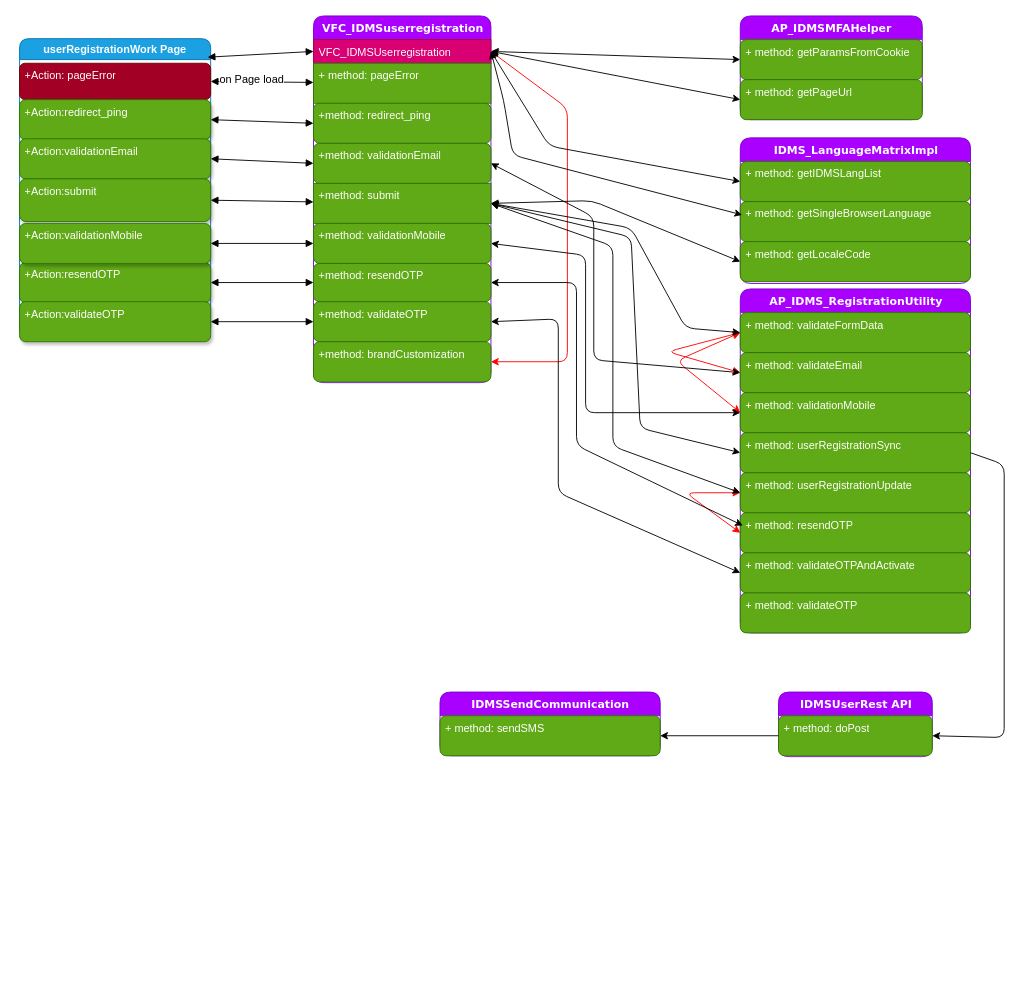
anoopijt/IDMS-Diagrams keeps this draw.io diagram as Registration Diagram B2B - Mobile.drawio. Above is the earlier version. Source tidied: cells renumbered, new cells numbered last; positions are measured from the earlier drawing's top-left corner, leaving out a move shared by most shapes. Both pictures are drawn from the tidied source at 91%, with x=0, y=0 at pixel (19, 15).
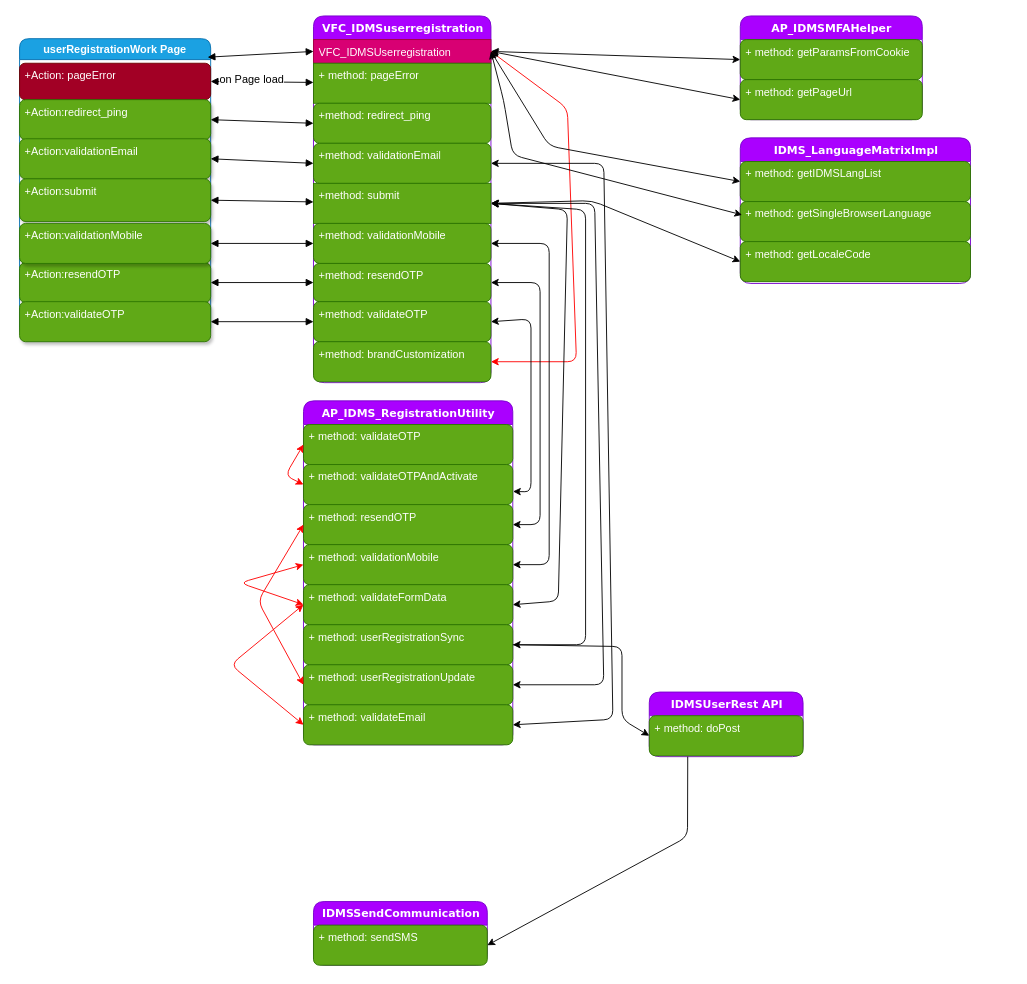
After the change.

Unchanged cells that the change refers to:
```xml
<mxCell id="2" value="VFC_IDMSuserregistration" style="swimlane;html=1;fontStyle=1;align=center;verticalAlign=top;horizontal=1;startSize=26;swimlaneFillColor=#ffffff;rounded=1;shadow=0;comic=0;labelBackgroundColor=none;strokeColor=#7700CC;strokeWidth=1;fillColor=#aa00ff;fontFamily=Verdana;fontSize=12;fontColor=#ffffff;" parent="1" vertex="1">
  <mxGeometry x="323" width="195" height="403" as="geometry" />
</mxCell>
<mxCell id="3" value="VFC_IDMSUserregistration" style="text;html=1;strokeColor=#A50040;fillColor=#d80073;align=left;verticalAlign=top;spacingLeft=4;spacingRight=4;whiteSpace=wrap;overflow=hidden;points=[[0,0.5],[1,0.5]];portConstraint=eastwest;fontColor=#ffffff;" parent="2" vertex="1">
  <mxGeometry y="26" width="195" height="26" as="geometry" />
</mxCell>
<mxCell id="6" value="+method: validationEmail" style="text;html=1;strokeColor=#2D7600;fillColor=#60a917;align=left;verticalAlign=top;spacingLeft=4;spacingRight=4;whiteSpace=wrap;overflow=hidden;points=[[0,0.5],[1,0.5]];portConstraint=eastwest;rounded=1;fontColor=#ffffff;" parent="2" vertex="1">
  <mxGeometry y="140" width="195" height="44" as="geometry" />
</mxCell>
<mxCell id="7" value="+method: submit" style="text;html=1;strokeColor=#2D7600;fillColor=#60a917;align=left;verticalAlign=top;spacingLeft=4;spacingRight=4;whiteSpace=wrap;overflow=hidden;points=[[0,0.5],[1,0.5]];portConstraint=eastwest;fontColor=#ffffff;" parent="2" vertex="1">
  <mxGeometry y="184" width="195" height="44" as="geometry" />
</mxCell>
<mxCell id="8" value="+method: validationMobile" style="text;html=1;strokeColor=#2D7600;fillColor=#60a917;align=left;verticalAlign=top;spacingLeft=4;spacingRight=4;whiteSpace=wrap;overflow=hidden;points=[[0,0.5],[1,0.5]];portConstraint=eastwest;rounded=1;fontColor=#ffffff;" parent="2" vertex="1">
  <mxGeometry y="228" width="195" height="44" as="geometry" />
</mxCell>
<mxCell id="9" value="+method: resendOTP" style="text;html=1;strokeColor=#2D7600;fillColor=#60a917;align=left;verticalAlign=top;spacingLeft=4;spacingRight=4;whiteSpace=wrap;overflow=hidden;points=[[0,0.5],[1,0.5]];portConstraint=eastwest;rounded=1;fontColor=#ffffff;" parent="2" vertex="1">
  <mxGeometry y="272" width="195" height="42" as="geometry" />
</mxCell>
<mxCell id="10" value="+method: validateOTP" style="text;html=1;strokeColor=#2D7600;fillColor=#60a917;align=left;verticalAlign=top;spacingLeft=4;spacingRight=4;whiteSpace=wrap;overflow=hidden;points=[[0,0.5],[1,0.5]];portConstraint=eastwest;rounded=1;fontColor=#ffffff;" parent="2" vertex="1">
  <mxGeometry y="314" width="195" height="44" as="geometry" />
</mxCell>
<mxCell id="11" value="+method: brandCustomization" style="text;html=1;strokeColor=#2D7600;fillColor=#60a917;align=left;verticalAlign=top;spacingLeft=4;spacingRight=4;whiteSpace=wrap;overflow=hidden;points=[[0,0.5],[1,0.5]];portConstraint=eastwest;rounded=1;fontColor=#ffffff;" parent="2" vertex="1">
  <mxGeometry y="358" width="195" height="44" as="geometry" />
</mxCell>
<mxCell id="55" value="+ method: doPost" style="text;html=1;strokeColor=#2D7600;fillColor=#60a917;align=left;verticalAlign=top;spacingLeft=4;spacingRight=4;whiteSpace=wrap;overflow=hidden;points=[[0,0.5],[1,0.5]];portConstraint=eastwest;shadow=0;comic=0;fontColor=#ffffff;rounded=1;" parent="54" vertex="1">
  <mxGeometry y="26" width="169" height="44" as="geometry" />
</mxCell>
```

Change to the diagram source:
```diff
@@
     <mxCell id="12" style="endArrow=classic;html=1;strokeColor=#FF0000;entryX=1;entryY=0.5;entryDx=0;entryDy=0;exitX=1;exitY=0.5;exitDx=0;exitDy=0;" parent="2" edge="1" source="3" target="11">
       <mxGeometry relative="1" as="geometry">
         <Array as="points">
           <mxPoint x="279" y="101.5" />
-          <mxPoint x="279" y="380" />
+          <mxPoint x="289" y="380" />
         </Array>
       </mxGeometry>
     </mxCell>
@@
     <mxCell id="39" value="AP_IDMS_RegistrationUtility" style="swimlane;html=1;fontStyle=1;align=center;verticalAlign=top;horizontal=1;startSize=26;swimlaneFillColor=#ffffff;rounded=1;shadow=0;comic=0;labelBackgroundColor=none;strokeColor=#7700CC;strokeWidth=1;fillColor=#aa00ff;fontFamily=Verdana;fontSize=12;fontColor=#ffffff;" parent="1" vertex="1">
-      <mxGeometry x="792" y="300" width="253" height="378" as="geometry" />
+      <mxGeometry x="312" y="423" width="230" height="378" as="geometry" />
     </mxCell>
+    <mxCell id="50" value="+ method: validateOTP" style="text;html=1;strokeColor=#2D7600;fillColor=#60a917;align=left;verticalAlign=top;spacingLeft=4;spacingRight=4;whiteSpace=wrap;overflow=hidden;points=[[0,0.5],[1,0.5]];portConstraint=eastwest;shadow=0;comic=0;fontColor=#ffffff;rounded=1;" parent="39" vertex="1">
+      <mxGeometry y="26" width="230" height="44" as="geometry" />
+    </mxCell>
+    <mxCell id="48" value="+ method: validateOTPAndActivate" style="text;html=1;strokeColor=#2D7600;fillColor=#60a917;align=left;verticalAlign=top;spacingLeft=4;spacingRight=4;whiteSpace=wrap;overflow=hidden;points=[[0,0.5],[1,0.5]];portConstraint=eastwest;shadow=0;comic=0;fontColor=#ffffff;rounded=1;" parent="39" vertex="1">
+      <mxGeometry y="70" width="230" height="44" as="geometry" />
+    </mxCell>
+    <mxCell id="47" value="+ method: resendOTP" style="text;html=1;strokeColor=#2D7600;fillColor=#60a917;align=left;verticalAlign=top;spacingLeft=4;spacingRight=4;whiteSpace=wrap;overflow=hidden;points=[[0,0.5],[1,0.5]];portConstraint=eastwest;shadow=0;comic=0;fontColor=#ffffff;rounded=1;" parent="39" vertex="1">
+      <mxGeometry y="114" width="230" height="44" as="geometry" />
+    </mxCell>
+    <mxCell id="43" value="+ method: validationMobile" style="text;html=1;strokeColor=#2D7600;fillColor=#60a917;align=left;verticalAlign=top;spacingLeft=4;spacingRight=4;whiteSpace=wrap;overflow=hidden;points=[[0,0.5],[1,0.5]];portConstraint=eastwest;shadow=0;comic=0;fontColor=#ffffff;rounded=1;" parent="39" vertex="1">
+      <mxGeometry y="158" width="230" height="44" as="geometry" />
+    </mxCell>
     <mxCell id="40" value="+ method: validateFormData" style="text;html=1;strokeColor=#2D7600;fillColor=#60a917;align=left;verticalAlign=top;spacingLeft=4;spacingRight=4;whiteSpace=wrap;overflow=hidden;points=[[0,0.5],[1,0.5]];portConstraint=eastwest;shadow=0;comic=0;fontColor=#ffffff;rounded=1;" parent="39" vertex="1">
-      <mxGeometry y="26" width="253" height="44" as="geometry" />
+      <mxGeometry y="202" width="230" height="44" as="geometry" />
     </mxCell>
     <mxCell id="41" style="endArrow=classic;startArrow=classic;html=1;strokeColor=#FF0000;exitX=0;exitY=0.5;exitDx=0;exitDy=0;entryX=0;entryY=0.5;entryDx=0;entryDy=0;" parent="39" edge="1" source="42" target="40">
       <mxGeometry relative="1" as="geometry">
         <Array as="points">
-          <mxPoint x="-80" y="69" />
+          <mxPoint x="-80" y="290" />
         </Array>
       </mxGeometry>
     </mxCell>
-    <mxCell id="42" value="+ method: validateEmail" style="text;html=1;strokeColor=#2D7600;fillColor=#60a917;align=left;verticalAlign=top;spacingLeft=4;spacingRight=4;whiteSpace=wrap;overflow=hidden;points=[[0,0.5],[1,0.5]];portConstraint=eastwest;shadow=0;comic=0;fontColor=#ffffff;rounded=1;" parent="39" vertex="1">
-      <mxGeometry y="70" width="253" height="44" as="geometry" />
-    </mxCell>
-    <mxCell id="43" value="+ method: validationMobile" style="text;html=1;strokeColor=#2D7600;fillColor=#60a917;align=left;verticalAlign=top;spacingLeft=4;spacingRight=4;whiteSpace=wrap;overflow=hidden;points=[[0,0.5],[1,0.5]];portConstraint=eastwest;shadow=0;comic=0;fontColor=#ffffff;rounded=1;" parent="39" vertex="1">
-      <mxGeometry y="114" width="253" height="44" as="geometry" />
-    </mxCell>
-    <mxCell id="44" style="endArrow=classic;startArrow=classic;html=1;strokeColor=#FF0000;exitX=0;exitY=0.5;exitDx=0;exitDy=0;entryX=0;entryY=0.5;entryDx=0;entryDy=0;" parent="39" edge="1" source="43" target="40">
-      <mxGeometry relative="1" as="geometry">
-        <Array as="points">
-          <mxPoint x="-70" y="79" />
-        </Array>
-      </mxGeometry>
-    </mxCell>
     <mxCell id="45" value="+ method: userRegistrationSync" style="text;html=1;strokeColor=#2D7600;fillColor=#60a917;align=left;verticalAlign=top;spacingLeft=4;spacingRight=4;whiteSpace=wrap;overflow=hidden;points=[[0,0.5],[1,0.5]];portConstraint=eastwest;shadow=0;comic=0;fontColor=#ffffff;rounded=1;" parent="39" vertex="1">
-      <mxGeometry y="158" width="253" height="44" as="geometry" />
+      <mxGeometry y="246" width="230" height="44" as="geometry" />
     </mxCell>
     <mxCell id="46" value="+ method: userRegistrationUpdate" style="text;html=1;strokeColor=#2D7600;fillColor=#60a917;align=left;verticalAlign=top;spacingLeft=4;spacingRight=4;whiteSpace=wrap;overflow=hidden;points=[[0,0.5],[1,0.5]];portConstraint=eastwest;shadow=0;comic=0;fontColor=#ffffff;rounded=1;" parent="39" vertex="1">
-      <mxGeometry y="202" width="253" height="44" as="geometry" />
+      <mxGeometry y="290" width="230" height="44" as="geometry" />
     </mxCell>
-    <mxCell id="47" value="+ method: resendOTP" style="text;html=1;strokeColor=#2D7600;fillColor=#60a917;align=left;verticalAlign=top;spacingLeft=4;spacingRight=4;whiteSpace=wrap;overflow=hidden;points=[[0,0.5],[1,0.5]];portConstraint=eastwest;shadow=0;comic=0;fontColor=#ffffff;rounded=1;" parent="39" vertex="1">
-      <mxGeometry y="246" width="253" height="44" as="geometry" />
-    </mxCell>
-    <mxCell id="48" value="+ method: validateOTPAndActivate" style="text;html=1;strokeColor=#2D7600;fillColor=#60a917;align=left;verticalAlign=top;spacingLeft=4;spacingRight=4;whiteSpace=wrap;overflow=hidden;points=[[0,0.5],[1,0.5]];portConstraint=eastwest;shadow=0;comic=0;fontColor=#ffffff;rounded=1;" parent="39" vertex="1">
-      <mxGeometry y="290" width="253" height="44" as="geometry" />
-    </mxCell>
+    <mxCell id="42" value="+ method: validateEmail" style="text;html=1;strokeColor=#2D7600;fillColor=#60a917;align=left;verticalAlign=top;spacingLeft=4;spacingRight=4;whiteSpace=wrap;overflow=hidden;points=[[0,0.5],[1,0.5]];portConstraint=eastwest;shadow=0;comic=0;fontColor=#ffffff;rounded=1;" parent="39" vertex="1">
+      <mxGeometry y="334" width="230" height="44" as="geometry" />
+    </mxCell>
+    <mxCell id="44" style="endArrow=classic;startArrow=classic;html=1;strokeColor=#FF0000;exitX=0;exitY=0.5;exitDx=0;exitDy=0;entryX=0;entryY=0.5;entryDx=0;entryDy=0;" parent="39" edge="1" source="43" target="40">
+      <mxGeometry relative="1" as="geometry">
+        <Array as="points">
+          <mxPoint x="-70" y="200" />
+        </Array>
+      </mxGeometry>
+    </mxCell>
     <mxCell id="49" style="endArrow=classic;startArrow=classic;html=1;strokeColor=#FF0000;exitX=0;exitY=0.5;exitDx=0;exitDy=0;entryX=0;entryY=0.5;entryDx=0;entryDy=0;" parent="39" edge="1" source="47" target="46">
       <mxGeometry relative="1" as="geometry">
         <Array as="points">
-          <mxPoint x="-60" y="224" />
+          <mxPoint x="-50" y="220" />
         </Array>
       </mxGeometry>
     </mxCell>
-    <mxCell id="50" value="+ method: validateOTP" style="text;html=1;strokeColor=#2D7600;fillColor=#60a917;align=left;verticalAlign=top;spacingLeft=4;spacingRight=4;whiteSpace=wrap;overflow=hidden;points=[[0,0.5],[1,0.5]];portConstraint=eastwest;shadow=0;comic=0;fontColor=#ffffff;rounded=1;" parent="39" vertex="1">
-      <mxGeometry y="334" width="253" height="44" as="geometry" />
-    </mxCell>
+    <mxCell id="68" style="endArrow=classic;startArrow=classic;html=1;strokeColor=#FF0000;exitX=0;exitY=0.5;exitDx=0;exitDy=0;entryX=0;entryY=0.5;entryDx=0;entryDy=0;" parent="39" edge="1" source="50" target="48">
+      <mxGeometry relative="1" as="geometry">
+        <Array as="points">
+          <mxPoint x="-20" y="82" />
+        </Array>
+      </mxGeometry>
+    </mxCell>
-    <mxCell id="51" style="endArrow=classic;startArrow=classic;html=1;exitX=1;exitY=0.5;exitDx=0;exitDy=0;entryX=0;entryY=0.5;entryDx=0;entryDy=0;" parent="1" edge="1" source="7" target="40">
+    <mxCell id="51" style="endArrow=classic;startArrow=classic;html=1;exitX=1;exitY=0.5;exitDx=0;exitDy=0;entryX=1;entryY=0.5;entryDx=0;entryDy=0;" parent="1" edge="1" source="7" target="40">
       <mxGeometry relative="1" as="geometry">
         <Array as="points">
-          <mxPoint x="672" y="233" />
-          <mxPoint x="732" y="343" />
+          <mxPoint x="602" y="213" />
+          <mxPoint x="592" y="643" />
         </Array>
       </mxGeometry>
     </mxCell>
@@
-    <mxCell id="53" style="endArrow=classic;startArrow=classic;html=1;exitX=1;exitY=0.5;exitDx=0;exitDy=0;entryX=0;entryY=0.5;entryDx=0;entryDy=0;" parent="1" edge="1" source="6" target="42">
+    <mxCell id="53" style="endArrow=classic;startArrow=classic;html=1;exitX=1;exitY=0.5;exitDx=0;exitDy=0;entryX=1;entryY=0.5;entryDx=0;entryDy=0;" parent="1" edge="1" source="6" target="42">
       <mxGeometry relative="1" as="geometry">
         <Array as="points">
-          <mxPoint x="631" y="221" />
-          <mxPoint x="631" y="378" />
+          <mxPoint x="642" y="162" />
+          <mxPoint x="652" y="773" />
         </Array>
       </mxGeometry>
     </mxCell>
     <mxCell id="54" value="IDMSUserRest API" style="swimlane;html=1;fontStyle=1;align=center;verticalAlign=top;horizontal=1;startSize=26;swimlaneFillColor=#ffffff;rounded=1;shadow=0;comic=0;labelBackgroundColor=none;strokeColor=#7700CC;strokeWidth=1;fillColor=#aa00ff;fontFamily=Verdana;fontSize=12;fontColor=#ffffff;" parent="1" vertex="1">
-      <mxGeometry x="834" y="743" width="169" height="71" as="geometry" />
+      <mxGeometry x="692" y="743" width="169" height="71" as="geometry" />
     </mxCell>
@@
     <mxCell id="56" value="IDMSSendCommunication" style="swimlane;html=1;fontStyle=1;align=center;verticalAlign=top;horizontal=1;startSize=26;swimlaneFillColor=#ffffff;rounded=1;shadow=0;comic=0;labelBackgroundColor=none;strokeColor=#7700CC;strokeWidth=1;fillColor=#aa00ff;fontFamily=Verdana;fontSize=12;fontColor=#ffffff;" parent="1" vertex="1">
-      <mxGeometry x="462" y="743" width="242" height="70" as="geometry" />
+      <mxGeometry x="323" y="973.2" width="191" height="70" as="geometry" />
     </mxCell>
     <mxCell id="57" value="+ method: sendSMS" style="text;html=1;strokeColor=#2D7600;fillColor=#60a917;align=left;verticalAlign=top;spacingLeft=4;spacingRight=4;whiteSpace=wrap;overflow=hidden;points=[[0,0.5],[1,0.5]];portConstraint=eastwest;shadow=0;comic=0;fontColor=#ffffff;rounded=1;" parent="56" vertex="1">
-      <mxGeometry y="26" width="242" height="44" as="geometry" />
+      <mxGeometry y="26" width="191" height="44" as="geometry" />
     </mxCell>
@@
-    <mxCell id="60" style="endArrow=classic;startArrow=classic;html=1;exitX=1;exitY=0.5;exitDx=0;exitDy=0;entryX=0;entryY=0.5;entryDx=0;entryDy=0;" parent="1" edge="1" source="8" target="43">
+    <mxCell id="60" style="endArrow=classic;startArrow=classic;html=1;exitX=1;exitY=0.5;exitDx=0;exitDy=0;entryX=1;entryY=0.5;entryDx=0;entryDy=0;" parent="1" edge="1" source="8" target="43">
       <mxGeometry relative="1" as="geometry">
         <Array as="points">
-          <mxPoint x="622" y="263" />
-          <mxPoint x="622" y="436" />
+          <mxPoint x="582" y="250" />
+          <mxPoint x="582" y="603" />
         </Array>
       </mxGeometry>
     </mxCell>
-    <mxCell id="61" style="endArrow=classic;html=1;entryX=1;entryY=0.5;entryDx=0;entryDy=0;exitX=0;exitY=0.5;exitDx=0;exitDy=0;" parent="1" edge="1" source="55" target="57">
-      <mxGeometry relative="1" as="geometry" />
+    <mxCell id="61" style="endArrow=classic;html=1;exitX=0.25;exitY=1;exitDx=0;exitDy=0;entryX=1;entryY=0.5;entryDx=0;entryDy=0;" parent="1" edge="1" source="54" target="57">
+      <mxGeometry relative="1" as="geometry">
+        <Array as="points">
+          <mxPoint x="734" y="902" />
+        </Array>
+      </mxGeometry>
     </mxCell>
@@
-    <mxCell id="63" style="endArrow=classic;startArrow=classic;html=1;exitX=1;exitY=0.5;exitDx=0;exitDy=0;entryX=0.011;entryY=0.319;entryDx=0;entryDy=0;entryPerimeter=0;" parent="1" edge="1" source="9" target="47">
+    <mxCell id="63" style="endArrow=classic;startArrow=classic;html=1;exitX=1;exitY=0.5;exitDx=0;exitDy=0;entryX=1;entryY=0.5;entryDx=0;entryDy=0;" parent="1" edge="1" source="9" target="47">
       <mxGeometry relative="1" as="geometry">
         <Array as="points">
-          <mxPoint x="612" y="293" />
-          <mxPoint x="612" y="472" />
+          <mxPoint x="572" y="293" />
+          <mxPoint x="572" y="559" />
         </Array>
       </mxGeometry>
     </mxCell>
-    <mxCell id="64" style="endArrow=classic;startArrow=classic;html=1;exitX=1;exitY=0.5;exitDx=0;exitDy=0;entryX=0;entryY=0.5;entryDx=0;entryDy=0;" parent="1" edge="1" source="10" target="48">
+    <mxCell id="64" style="endArrow=classic;startArrow=classic;html=1;exitX=1;exitY=0.5;exitDx=0;exitDy=0;entryX=1.001;entryY=0.672;entryDx=0;entryDy=0;entryPerimeter=0;" parent="1" edge="1" source="10" target="48">
       <mxGeometry relative="1" as="geometry">
         <Array as="points">
-          <mxPoint x="592" y="333" />
-          <mxPoint x="592" y="524" />
+          <mxPoint x="562" y="333" />
+          <mxPoint x="562" y="523" />
         </Array>
       </mxGeometry>
     </mxCell>
-    <mxCell id="65" style="endArrow=classic;startArrow=classic;html=1;exitX=1;exitY=0.5;exitDx=0;exitDy=0;entryX=0;entryY=0.5;entryDx=0;entryDy=0;" parent="1" edge="1" source="7" target="45">
+    <mxCell id="65" style="endArrow=classic;startArrow=classic;html=1;exitX=1;exitY=0.5;exitDx=0;exitDy=0;entryX=1;entryY=0.5;entryDx=0;entryDy=0;" parent="1" edge="1" source="7" target="45">
       <mxGeometry relative="1" as="geometry">
         <Array as="points">
-          <mxPoint x="672" y="243" />
-          <mxPoint x="682" y="453" />
+          <mxPoint x="622" y="213" />
+          <mxPoint x="622" y="691" />
         </Array>
       </mxGeometry>
     </mxCell>
-    <mxCell id="66" style="endArrow=classic;startArrow=classic;html=1;exitX=1;exitY=0.5;exitDx=0;exitDy=0;entryX=0;entryY=0.5;entryDx=0;entryDy=0;" parent="1" edge="1" source="7" target="46">
+    <mxCell id="66" style="endArrow=classic;startArrow=classic;html=1;exitX=1;exitY=0.5;exitDx=0;exitDy=0;entryX=1;entryY=0.5;entryDx=0;entryDy=0;" parent="1" edge="1" source="7" target="46">
       <mxGeometry relative="1" as="geometry">
         <Array as="points">
-          <mxPoint x="652" y="253" />
-          <mxPoint x="652" y="473" />
+          <mxPoint x="632" y="206" />
+          <mxPoint x="642" y="735" />
         </Array>
       </mxGeometry>
     </mxCell>
-    <mxCell id="67" style="endArrow=classic;html=1;entryX=1;entryY=0.5;entryDx=0;entryDy=0;exitX=1;exitY=0.5;exitDx=0;exitDy=0;" parent="1" edge="1" source="45" target="55">
+    <mxCell id="67" style="endArrow=classic;html=1;exitX=1;exitY=0.5;exitDx=0;exitDy=0;entryX=0;entryY=0.5;entryDx=0;entryDy=0;" parent="1" edge="1" source="45" target="55">
       <mxGeometry relative="1" as="geometry">
         <Array as="points">
-          <mxPoint x="1082" y="493" />
-          <mxPoint x="1082" y="793" />
+          <mxPoint x="662" y="693" />
+          <mxPoint x="662" y="773" />
         </Array>
       </mxGeometry>
     </mxCell>
```
